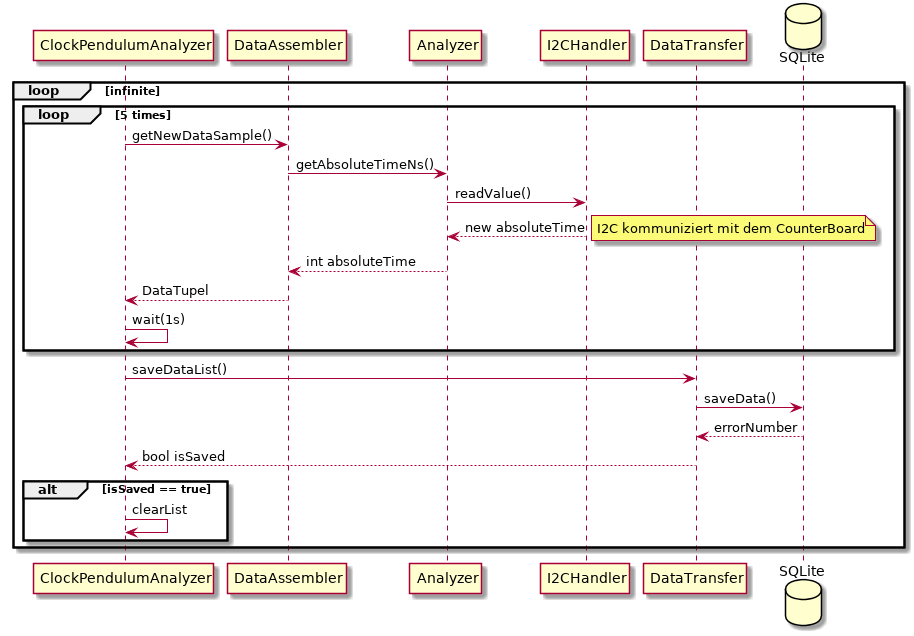
gnomengineer/ClockPendelumAnalyzer keeps this PlantUML diagram as docs/uml/sequence_data_save.png. Above is the earlier version.
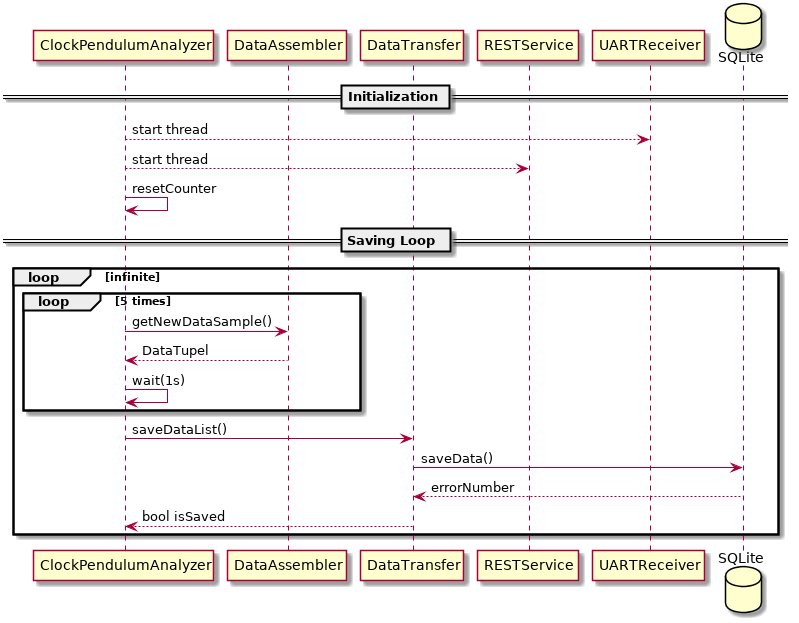
The same file after the commit.

Commit message:
updated sequence diagrams to display correct behaviour

Change to the diagram source:
```diff
@@ -2,19 +2,20 @@
 
 participant ClockPendulumAnalyzer as cpa
 participant DataAssembler as da
-participant Analyzer as a
-participant I2CHandler as i2c
 participant DataTransfer as dt
+participant RESTService as rest
+participant UARTReceiver as uart
 database SQLite as sql
 
+== Initialization ==
+cpa --> uart : start thread
+cpa --> rest : start thread
+cpa -> cpa : resetCounter
+
+== Saving Loop ==
 loop infinite
     loop 5 times
         cpa -> da : getNewDataSample()
-        da -> a : getAbsoluteTimeNs()
-        a -> i2c : readValue()
-        a <-- i2c : new absoluteTime
-        note right: I2C kommuniziert mit dem CounterBoard
-        da <-- a : int absoluteTime
         cpa <-- da : DataTupel
         cpa -> cpa : wait(1s)
     end
@@ -23,9 +24,6 @@
     dt -> sql : saveData()
     dt <-- sql : errorNumber
     cpa <-- dt : bool isSaved
-    alt isSaved == true
-        cpa -> cpa : clearList
-    end
 end
 
 @enduml
```
